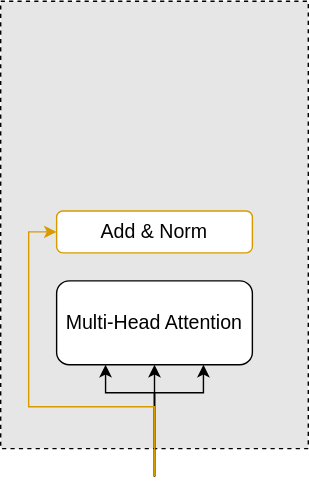
Earlier version of the draw.io export images/Transformer_Add_n_Norm.svg (caosheng01/Learn_LLM_from_scratch). Source tidied: cells renumbered, new cells last; positions are measured from the earlier drawing's top-left corner, leaving out a move shared by most shapes.
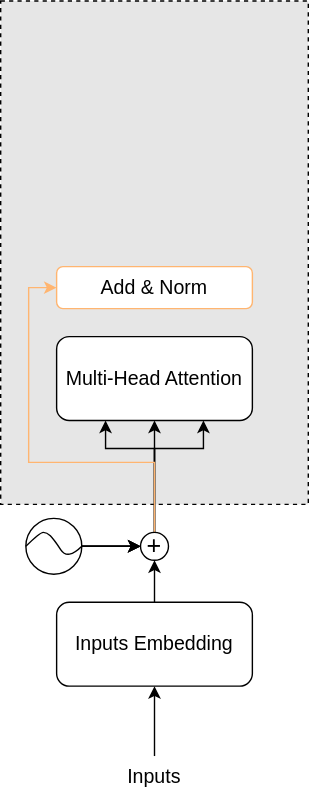
After the commit.

What changed in the source:
```diff
@@ -3,46 +3,91 @@
     <mxCell id="0" />
     <mxCell id="1" parent="0" />
     <mxCell id="2" style="rounded=0;whiteSpace=wrap;html=1;dashed=1;fillColor=#E6E6E6;" parent="1" vertex="1">
-      <mxGeometry width="220" height="320" as="geometry" />
+      <mxGeometry y="360" width="220" height="360" as="geometry" />
     </mxCell>
-    <mxCell id="3" style="edgeStyle=orthogonalEdgeStyle;rounded=0;jettySize=auto;html=1;exitX=0.5;exitY=0;exitDx=0;exitDy=0;entryX=0.5;entryY=1;entryDx=0;entryDy=0;" parent="1" edge="1" target="7">
-      <mxGeometry relative="1" as="geometry">
-        <mxPoint x="110" y="340" as="sourcePoint" />
-      </mxGeometry>
+    <mxCell id="3" style="edgeStyle=orthogonalEdgeStyle;rounded=0;jettySize=auto;html=1;exitX=0.5;exitY=0;exitDx=0;exitDy=0;entryX=0.5;entryY=1;entryDx=0;entryDy=0;" parent="1" edge="1" source="4" target="14">
+      <mxGeometry relative="1" as="geometry" />
     </mxCell>
-    <mxCell id="4" style="edgeStyle=orthogonalEdgeStyle;rounded=0;jettySize=auto;html=1;exitX=0.5;exitY=0;exitDx=0;exitDy=0;entryX=0.25;entryY=1;entryDx=0;entryDy=0;" parent="1" edge="1" target="7">
-      <mxGeometry relative="1" as="geometry">
-        <mxPoint x="110" y="340" as="sourcePoint" />
-        <Array as="points">
-          <mxPoint x="110" y="280" />
-          <mxPoint x="75" y="280" />
-        </Array>
-      </mxGeometry>
+    <mxCell id="4" value="&lt;font style=&quot;font-size: 14px;&quot;&gt;Inputs Embedding&lt;/font&gt;" style="rounded=1;whiteSpace=wrap;html=1;" parent="1" vertex="1">
+      <mxGeometry x="40" y="790" width="140" height="60" as="geometry" />
     </mxCell>
-    <mxCell id="5" style="edgeStyle=orthogonalEdgeStyle;rounded=0;jettySize=auto;html=1;exitX=0.5;exitY=0;exitDx=0;exitDy=0;entryX=0.75;entryY=1;entryDx=0;entryDy=0;" parent="1" edge="1" target="7">
-      <mxGeometry relative="1" as="geometry">
-        <mxPoint x="110" y="340" as="sourcePoint" />
-        <Array as="points">
-          <mxPoint x="110" y="280" />
-          <mxPoint x="145" y="280" />
-        </Array>
-      </mxGeometry>
+    <mxCell id="5" style="edgeStyle=orthogonalEdgeStyle;rounded=0;jettySize=auto;html=1;exitX=0.5;exitY=0;exitDx=0;exitDy=0;entryX=0.5;entryY=1;entryDx=0;entryDy=0;" parent="1" edge="1" source="6" target="4">
+      <mxGeometry relative="1" as="geometry" />
     </mxCell>
-    <mxCell id="6" style="edgeStyle=orthogonalEdgeStyle;rounded=0;jettySize=auto;html=1;exitX=0.5;exitY=0;exitDx=0;exitDy=0;entryX=0;entryY=0.5;entryDx=0;entryDy=0;fillColor=#ffe6cc;strokeColor=#d79b00;" parent="1" edge="1" target="8">
-      <mxGeometry relative="1" as="geometry">
-        <mxPoint x="110" y="340" as="sourcePoint" />
-        <Array as="points">
-          <mxPoint x="110" y="290" />
-          <mxPoint x="20" y="290" />
-          <mxPoint x="20" y="165" />
-        </Array>
-      </mxGeometry>
+    <mxCell id="6" value="&lt;font style=&quot;font-size: 14px;&quot;&gt;Inputs&lt;/font&gt;" style="text;html=1;strokeColor=none;fillColor=none;align=center;verticalAlign=middle;whiteSpace=wrap;rounded=0;" parent="1" vertex="1">
+      <mxGeometry x="80" y="900" width="60" height="30" as="geometry" />
     </mxCell>
-    <mxCell id="7" value="&lt;font style=&quot;font-size: 14px;&quot;&gt;Multi-Head Attention&lt;/font&gt;" style="rounded=1;whiteSpace=wrap;html=1;" parent="1" vertex="1">
-      <mxGeometry x="40" y="200" width="140" height="60" as="geometry" />
+    <mxCell id="7" style="group;" parent="1" vertex="1">
+      <mxGeometry x="18" y="730" width="40" height="40" as="geometry" />
     </mxCell>
-    <mxCell id="8" value="&lt;font style=&quot;font-size: 14px;&quot;&gt;Add &amp;amp; Norm&lt;/font&gt;" style="rounded=1;whiteSpace=wrap;html=1;fillColor=#FFFFFF;strokeColor=#d79b00;" parent="1" vertex="1">
-      <mxGeometry x="40" y="150" width="140" height="30" as="geometry" />
+    <mxCell id="8" style="ellipse;whiteSpace=wrap;html=1;" parent="7" vertex="1">
+      <mxGeometry width="40" height="40" as="geometry" />
     </mxCell>
+    <mxCell id="9" style="curved=1;endArrow=none;html=1;rounded=0;entryX=1;entryY=0.5;entryDx=0;entryDy=0;exitX=0;exitY=0.5;exitDx=0;exitDy=0;endFill=0;" parent="7" edge="1" source="8" target="8">
+      <mxGeometry relative="1" as="geometry">
+        <Array as="points">
+          <mxPoint x="10" y="10" />
+          <mxPoint x="15" y="10" />
+          <mxPoint x="20" y="15" />
+          <mxPoint x="30" y="30" />
+        </Array>
+      </mxGeometry>
+    </mxCell>
+    <mxCell id="10" style="edgeStyle=orthogonalEdgeStyle;rounded=0;jettySize=auto;html=1;exitX=0.5;exitY=0;exitDx=0;exitDy=0;entryX=0.5;entryY=1;entryDx=0;entryDy=0;" parent="1" edge="1" source="14" target="16">
+      <mxGeometry relative="1" as="geometry" />
+    </mxCell>
+    <mxCell id="11" style="edgeStyle=orthogonalEdgeStyle;rounded=0;jettySize=auto;html=1;exitX=0.5;exitY=0;exitDx=0;exitDy=0;entryX=0.25;entryY=1;entryDx=0;entryDy=0;" parent="1" edge="1" source="14" target="16">
+      <mxGeometry relative="1" as="geometry">
+        <Array as="points">
+          <mxPoint x="110" y="680" />
+          <mxPoint x="75" y="680" />
+        </Array>
+      </mxGeometry>
+    </mxCell>
+    <mxCell id="12" style="edgeStyle=orthogonalEdgeStyle;rounded=0;jettySize=auto;html=1;exitX=0.5;exitY=0;exitDx=0;exitDy=0;entryX=0.75;entryY=1;entryDx=0;entryDy=0;" parent="1" edge="1" source="14" target="16">
+      <mxGeometry relative="1" as="geometry">
+        <Array as="points">
+          <mxPoint x="110" y="680" />
+          <mxPoint x="145" y="680" />
+        </Array>
+      </mxGeometry>
+    </mxCell>
+    <mxCell id="13" style="edgeStyle=orthogonalEdgeStyle;rounded=0;jettySize=auto;html=1;exitX=0.5;exitY=0;exitDx=0;exitDy=0;entryX=0;entryY=0.5;entryDx=0;entryDy=0;fillColor=#ffe6cc;strokeColor=#FFB570;" parent="1" edge="1" source="14" target="17">
+      <mxGeometry relative="1" as="geometry">
+        <Array as="points">
+          <mxPoint x="110" y="690" />
+          <mxPoint x="20" y="690" />
+          <mxPoint x="20" y="565" />
+        </Array>
+      </mxGeometry>
+    </mxCell>
+    <mxCell id="14" value="&lt;font style=&quot;font-size: 18px;&quot;&gt;+&lt;/font&gt;" style="ellipse;whiteSpace=wrap;html=1;" parent="1" vertex="1">
+      <mxGeometry x="100" y="740" width="20" height="20" as="geometry" />
+    </mxCell>
+    <mxCell id="15" style="edgeStyle=orthogonalEdgeStyle;rounded=0;jettySize=auto;html=1;exitX=1;exitY=0.5;exitDx=0;exitDy=0;entryX=0;entryY=0.5;entryDx=0;entryDy=0;" parent="1" edge="1" source="8" target="14">
+      <mxGeometry relative="1" as="geometry" />
+    </mxCell>
+    <mxCell id="16" value="&lt;font style=&quot;font-size: 14px;&quot;&gt;Multi-Head Attention&lt;/font&gt;" style="rounded=1;whiteSpace=wrap;html=1;" parent="1" vertex="1">
+      <mxGeometry x="40" y="600" width="140" height="60" as="geometry" />
+    </mxCell>
+    <mxCell id="17" value="&lt;font style=&quot;font-size: 14px;&quot;&gt;Add &amp;amp; Norm&lt;/font&gt;" style="rounded=1;whiteSpace=wrap;html=1;fillColor=#FFFFFF;strokeColor=#FFB570;" parent="1" vertex="1">
+      <mxGeometry x="40" y="550" width="140" height="30" as="geometry" />
+    </mxCell>
+    <mxCell id="18" style="edgeStyle=orthogonalEdgeStyle;rounded=0;jettySize=auto;html=1;exitX=1;exitY=0.5;exitDx=0;exitDy=0;entryX=0;entryY=0.5;entryDx=0;entryDy=0;" parent="1" edge="1" source="8" target="14">
+      <mxGeometry relative="1" as="geometry">
+        <Array as="points">
+          <mxPoint x="70" y="750" />
+          <mxPoint x="70" y="750" />
+        </Array>
+      </mxGeometry>
+    </mxCell>
+    <mxCell id="19" style="edgeStyle=orthogonalEdgeStyle;rounded=0;jettySize=auto;html=1;exitX=1;exitY=0.5;exitDx=0;exitDy=0;entryX=0;entryY=0.5;entryDx=0;entryDy=0;" parent="1" edge="1" source="8" target="14">
+      <mxGeometry relative="1" as="geometry">
+        <Array as="points">
+          <mxPoint x="80" y="750" />
+          <mxPoint x="80" y="750" />
+        </Array>
+      </mxGeometry>
+    </mxCell>
   </root>
 </mxGraphModel>
```
